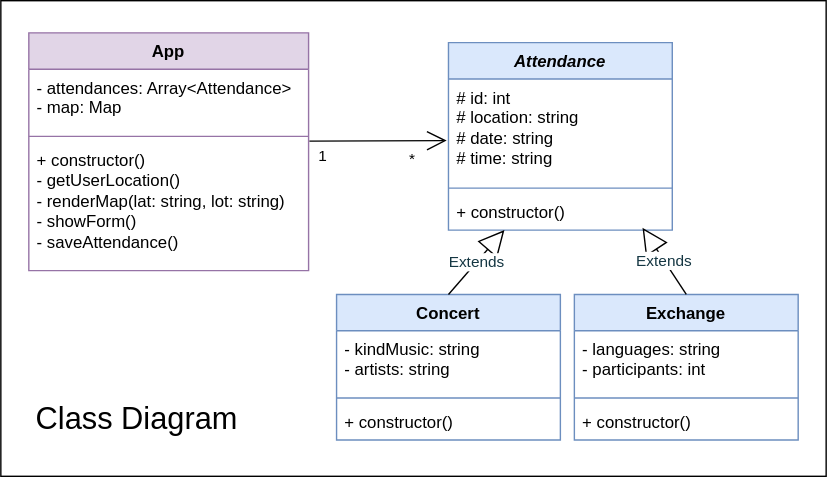
This is class-diagram.drawio.svg from josenavarrohub/vanilla-js-eventify, a draw.io export, as it was before one commit. Source tidied: cells renumbered, new cells last; positions are measured from the earlier drawing's top-left corner, leaving out a move shared by most shapes.
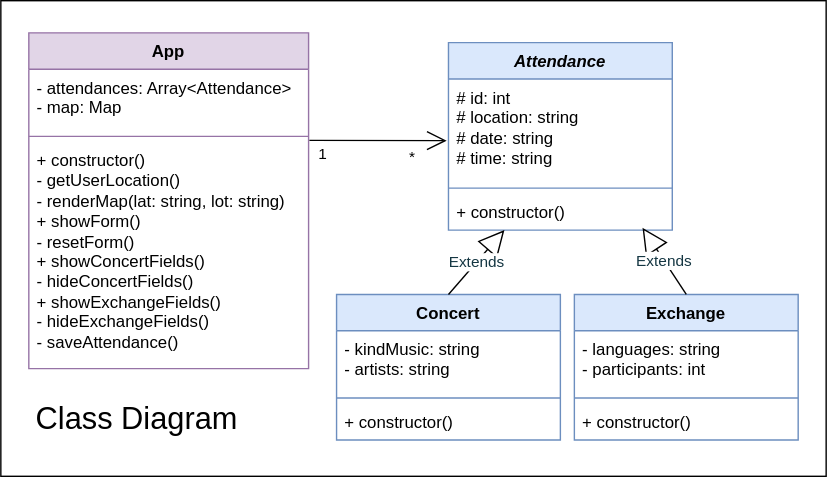
Above is the later version.

What changed in the source:
```diff
@@ -51,7 +51,7 @@
       <mxGeometry relative="1" as="geometry" />
     </mxCell>
     <mxCell id="18" value="App" style="swimlane;fontStyle=1;align=center;verticalAlign=top;horizontal=1;startSize=26;whiteSpace=wrap;html=1;swimlaneLine=1;fillColor=#e1d5e7;strokeColor=#9673a6;" parent="1" vertex="1">
-      <mxGeometry x="20" y="23" width="200" height="170" as="geometry" />
+      <mxGeometry x="20" y="23" width="200" height="240" as="geometry" />
     </mxCell>
     <mxCell id="19" value="- attendances: Array&amp;lt;Attendance&amp;gt;&lt;br&gt;- map: Map" style="text;strokeColor=none;fillColor=none;align=left;verticalAlign=top;spacingLeft=4;spacingRight=4;overflow=hidden;whiteSpace=wrap;html=1;" parent="18" vertex="1">
       <mxGeometry y="26" width="200" height="44" as="geometry" />
@@ -59,8 +59,8 @@
     <mxCell id="20" style="line;strokeWidth=1;fillColor=none;align=left;verticalAlign=middle;spacingTop=-1;spacingLeft=3;spacingRight=3;labelPosition=right;strokeColor=inherit;" parent="18" vertex="1">
       <mxGeometry y="70" width="200" height="8" as="geometry" />
     </mxCell>
-    <mxCell id="21" value="+ constructor()&lt;br&gt;- getUserLocation()&lt;br&gt;- renderMap(lat: string, lot: string)&lt;br&gt;- showForm()&lt;br&gt;- saveAttendance()" style="text;strokeColor=none;fillColor=none;align=left;verticalAlign=top;spacingLeft=4;spacingRight=4;overflow=hidden;points=[[0,0.5],[1,0.5]];portConstraint=eastwest;whiteSpace=wrap;html=1;" parent="18" vertex="1">
-      <mxGeometry y="78" width="200" height="92" as="geometry" />
+    <mxCell id="21" value="+ constructor()&lt;br&gt;- getUserLocation()&lt;br&gt;- renderMap(lat: string, lot: string)&lt;br&gt;+ showForm()&lt;br&gt;- resetForm()&lt;br&gt;+ showConcertFields()&lt;br&gt;- hideConcertFields()&lt;br&gt;+ showExchangeFields()&lt;br&gt;- hideExchangeFields()&lt;br&gt;- saveAttendance()" style="text;strokeColor=none;fillColor=none;align=left;verticalAlign=top;spacingLeft=4;spacingRight=4;overflow=hidden;points=[[0,0.5],[1,0.5]];portConstraint=eastwest;whiteSpace=wrap;html=1;" parent="18" vertex="1">
+      <mxGeometry y="78" width="200" height="162" as="geometry" />
     </mxCell>
     <mxCell id="22" style="endArrow=open;endFill=1;endSize=12;html=1;rounded=0;exitX=1.003;exitY=-0.007;exitDx=0;exitDy=0;exitPerimeter=0;entryX=-0.008;entryY=0.595;entryDx=0;entryDy=0;entryPerimeter=0;" parent="1" edge="1" source="21" target="5">
       <mxGeometry relative="1" as="geometry" />
```
